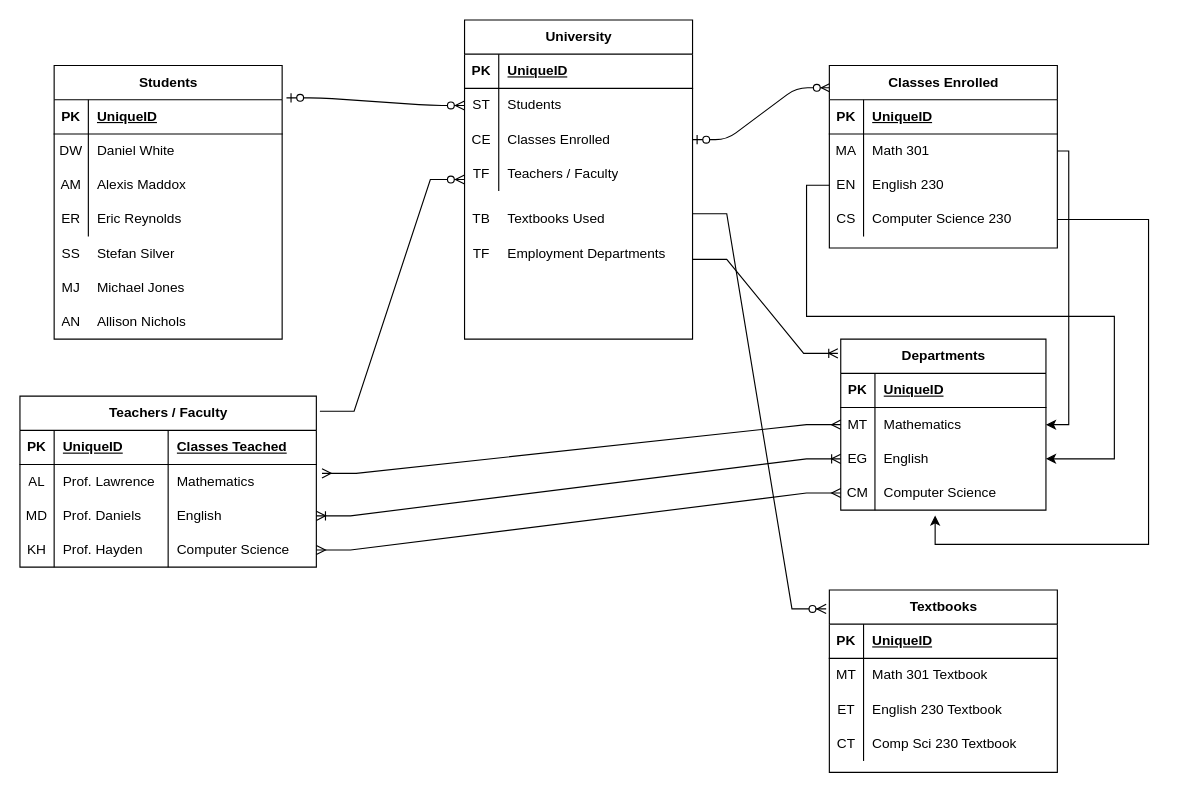
Earlier version of the draw.io diagram EntityRelationship.drawio (ethanconbolt01/main). Source tidied: cells renumbered, new cells numbered last; positions are measured from the earlier drawing's top-left corner, leaving out a move shared by most shapes. Both pictures are drawn from the tidied source at 114%, with x=0, y=0 at pixel (19, -174).
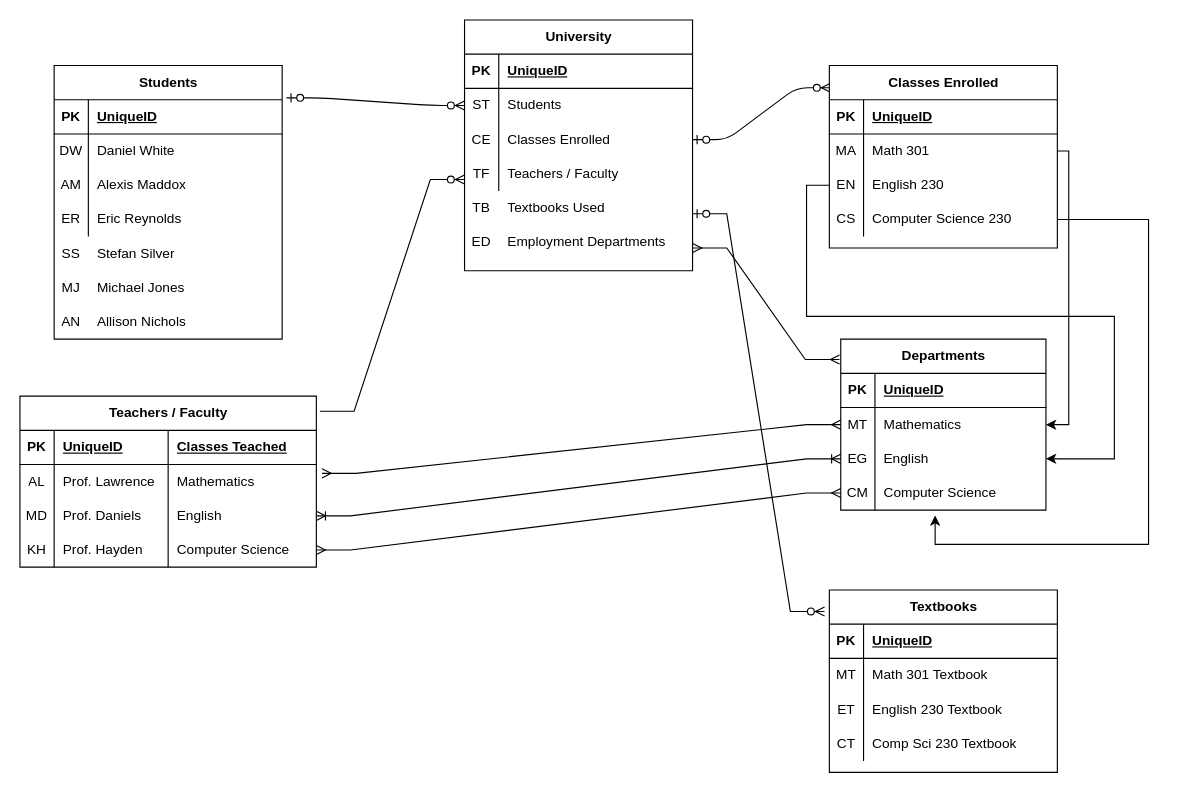
The same page after the edit.

The change refers to these unchanged cells:
```xml
<mxCell id="17" value="Textbooks" style="shape=table;startSize=30;childLayout=tableLayout;rowLines=0;fontStyle=1;align=center;html=1;" parent="1" vertex="1">
  <mxGeometry x="710" y="670" width="200" height="160" as="geometry" />
</mxCell>
<mxCell id="70" value="Departments" style="shape=table;startSize=30;childLayout=tableLayout;rowLines=0;fontStyle=1;align=center;html=1;" parent="1" vertex="1">
  <mxGeometry x="720" y="450" width="180" height="150" as="geometry" />
</mxCell>
```

The edit, as a diff of the source:
```diff
@@
-    <mxCell id="30" style="edgeStyle=entityRelationEdgeStyle;fontSize=12;html=1;endArrow=ERzeroToMany;endFill=1;rounded=0;entryX=-0.014;entryY=0.104;entryDx=0;entryDy=0;entryPerimeter=0;" parent="1" edge="1" target="17">
-      <mxGeometry relative="1" as="geometry">
-        <mxPoint x="590" y="340" as="sourcePoint" />
-      </mxGeometry>
-    </mxCell>
@@
-    <mxCell id="32" style="edgeStyle=entityRelationEdgeStyle;fontSize=12;html=1;endArrow=ERoneToMany;rounded=0;entryX=-0.014;entryY=0.083;entryDx=0;entryDy=0;entryPerimeter=0;" parent="1" edge="1" target="70">
-      <mxGeometry relative="1" as="geometry">
-        <mxPoint x="590" y="380" as="sourcePoint" />
-        <Array as="points">
-          <mxPoint x="660" />
-          <mxPoint x="710" y="300" />
-          <mxPoint x="650" y="270" />
-        </Array>
-      </mxGeometry>
-    </mxCell>
@@
     <mxCell id="83" value="University" style="shape=table;startSize=30;childLayout=tableLayout;rowLines=0;fontStyle=1;align=center;html=1;" parent="1" vertex="1">
-      <mxGeometry x="390" y="170" width="200" height="280" as="geometry" />
+      <mxGeometry x="390" y="170" width="200" height="220" as="geometry" />
     </mxCell>
@@
     <mxCell id="96" value="TB" style="shape=partialRectangle;fillColor=none;top=0;left=0;bottom=0;right=0;overflow=hidden;whiteSpace=wrap;html=1;" parent="1" vertex="1">
-      <mxGeometry x="390" y="330" width="30" height="30" as="geometry" />
+      <mxGeometry x="390" y="320" width="30" height="30" as="geometry" />
     </mxCell>
     <mxCell id="97" value="Textbooks Used" style="shape=partialRectangle;fillColor=none;top=0;left=0;bottom=0;right=0;align=left;spacingLeft=6;overflow=hidden;whiteSpace=wrap;html=1;" parent="1" vertex="1">
-      <mxGeometry x="420" y="330" width="170" height="30" as="geometry" />
+      <mxGeometry x="420" y="320" width="170" height="30" as="geometry" />
     </mxCell>
     <mxCell id="98" value="Employment Departments" style="shape=partialRectangle;fillColor=none;top=0;left=0;bottom=0;right=0;align=left;spacingLeft=6;overflow=hidden;whiteSpace=wrap;html=1;" parent="1" vertex="1">
-      <mxGeometry x="420" y="360" width="170" height="30" as="geometry" />
+      <mxGeometry x="420" y="350" width="170" height="30" as="geometry" />
     </mxCell>
-    <mxCell id="99" value="TF" style="shape=partialRectangle;fillColor=none;top=0;left=0;bottom=0;right=0;overflow=hidden;whiteSpace=wrap;html=1;" parent="1" vertex="1">
-      <mxGeometry x="390" y="360" width="30" height="30" as="geometry" />
+    <mxCell id="99" value="ED" style="shape=partialRectangle;fillColor=none;top=0;left=0;bottom=0;right=0;overflow=hidden;whiteSpace=wrap;html=1;" parent="1" vertex="1">
+      <mxGeometry x="390" y="350" width="30" height="30" as="geometry" />
     </mxCell>
@@
+    <mxCell id="106" style="edgeStyle=entityRelationEdgeStyle;fontSize=12;html=1;endArrow=ERzeroToMany;startArrow=ERzeroToOne;rounded=0;entryX=-0.021;entryY=0.118;entryDx=0;entryDy=0;entryPerimeter=0;" parent="1" edge="1" target="17">
+      <mxGeometry relative="1" as="geometry">
+        <mxPoint x="590" y="340" as="sourcePoint" />
+        <Array as="points">
+          <mxPoint x="780" y="630" />
+        </Array>
+      </mxGeometry>
+    </mxCell>
+    <mxCell id="107" style="edgeStyle=entityRelationEdgeStyle;fontSize=12;html=1;endArrow=ERmany;startArrow=ERmany;rounded=0;entryX=-0.006;entryY=0.119;entryDx=0;entryDy=0;entryPerimeter=0;" parent="1" edge="1" target="70">
+      <mxGeometry relative="1" as="geometry">
+        <mxPoint x="590" y="370" as="sourcePoint" />
+      </mxGeometry>
+    </mxCell>
```
